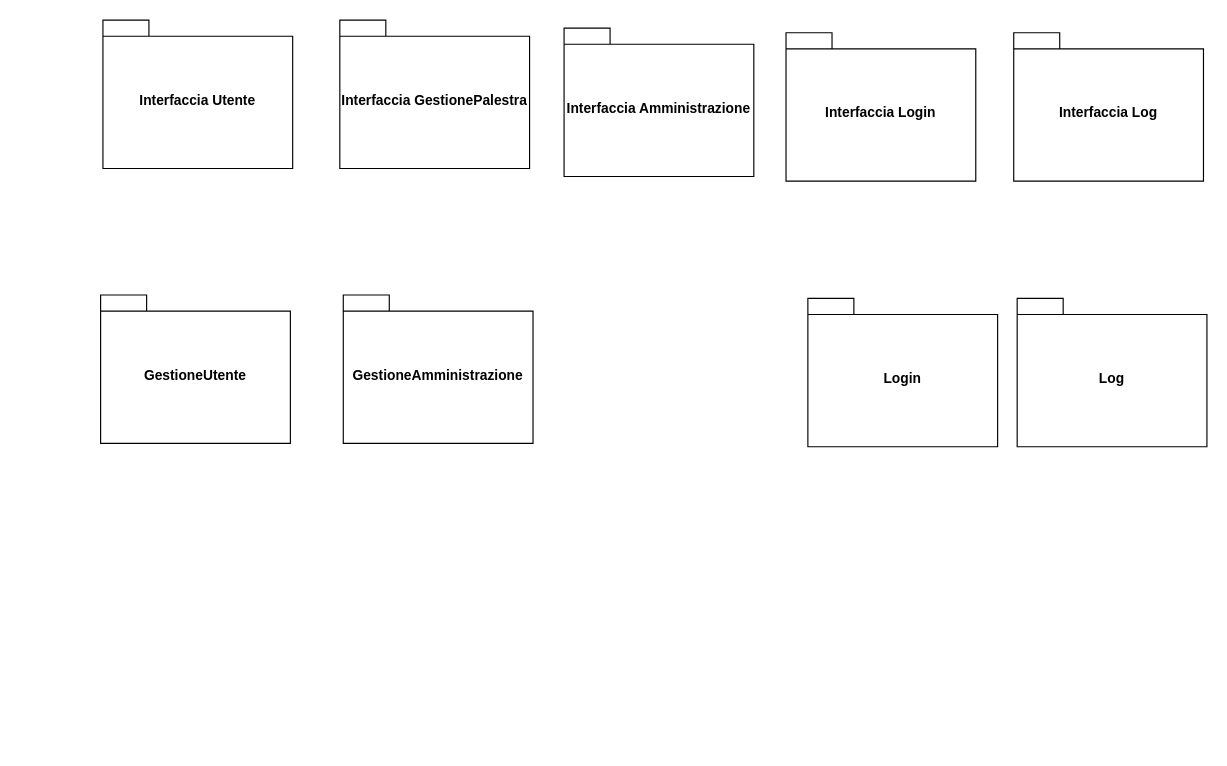
Above: Diagrammi_Package/Utente.drawio in JosephBoom02/Progetto_Ingegneria_del_Software (draw.io), before the change. Source tidied: cells renumbered, new cells numbered last; positions are measured from the earlier drawing's top-left corner, leaving out a move shared by most shapes. Both pictures are drawn from the tidied source at 115%, with x=0, y=0 at pixel (100, 20).
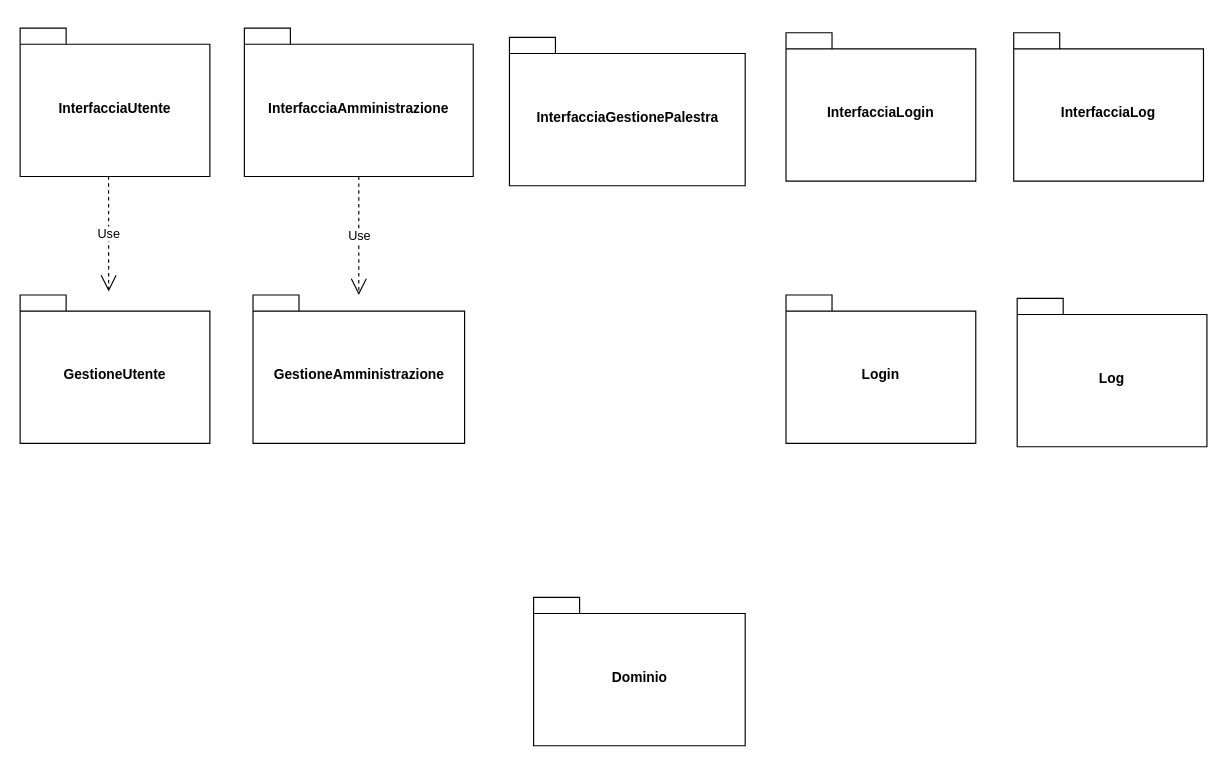
After the change.

The edit, as a diff of the source:
```diff
@@
 <mxGraphModel>
   <root>
     <mxCell id="0" />
     <mxCell id="1" parent="0" />
-    <mxCell id="2" value="Interfaccia Utente" style="shape=folder;fontStyle=1;spacingTop=10;tabWidth=40;tabHeight=14;tabPosition=left;html=1;whiteSpace=wrap;" parent="1" vertex="1">
-      <mxGeometry x="2" width="165" height="129" as="geometry" />
+    <mxCell id="2" value="InterfacciaUtente" style="shape=folder;fontStyle=1;spacingTop=10;tabWidth=40;tabHeight=14;tabPosition=left;html=1;whiteSpace=wrap;" parent="1" vertex="1">
+      <mxGeometry x="-70" y="7" width="165" height="129" as="geometry" />
     </mxCell>
-    <mxCell id="3" value="Interfaccia GestionePalestra" style="shape=folder;fontStyle=1;spacingTop=10;tabWidth=40;tabHeight=14;tabPosition=left;html=1;whiteSpace=wrap;" parent="1" vertex="1">
-      <mxGeometry x="208" width="165" height="129" as="geometry" />
+    <mxCell id="3" value="InterfacciaGestionePalestra" style="shape=folder;fontStyle=1;spacingTop=10;tabWidth=40;tabHeight=14;tabPosition=left;html=1;whiteSpace=wrap;" parent="1" vertex="1">
+      <mxGeometry x="355.5" y="15" width="205" height="129" as="geometry" />
     </mxCell>
-    <mxCell id="4" value="Interfaccia Amministrazione" style="shape=folder;fontStyle=1;spacingTop=10;tabWidth=40;tabHeight=14;tabPosition=left;html=1;whiteSpace=wrap;" parent="1" vertex="1">
-      <mxGeometry x="403" y="7" width="165" height="129" as="geometry" />
+    <mxCell id="4" value="InterfacciaAmministrazione" style="shape=folder;fontStyle=1;spacingTop=10;tabWidth=40;tabHeight=14;tabPosition=left;html=1;whiteSpace=wrap;" parent="1" vertex="1">
+      <mxGeometry x="125" y="7" width="199" height="129" as="geometry" />
     </mxCell>
-    <mxCell id="5" value="Interfaccia Login" style="shape=folder;fontStyle=1;spacingTop=10;tabWidth=40;tabHeight=14;tabPosition=left;html=1;whiteSpace=wrap;" parent="1" vertex="1">
+    <mxCell id="5" value="InterfacciaLogin" style="shape=folder;fontStyle=1;spacingTop=10;tabWidth=40;tabHeight=14;tabPosition=left;html=1;whiteSpace=wrap;" parent="1" vertex="1">
       <mxGeometry x="596" y="11" width="165" height="129" as="geometry" />
     </mxCell>
-    <mxCell id="6" value="Interfaccia Log" style="shape=folder;fontStyle=1;spacingTop=10;tabWidth=40;tabHeight=14;tabPosition=left;html=1;whiteSpace=wrap;" parent="1" vertex="1">
+    <mxCell id="6" value="InterfacciaLog" style="shape=folder;fontStyle=1;spacingTop=10;tabWidth=40;tabHeight=14;tabPosition=left;html=1;whiteSpace=wrap;" parent="1" vertex="1">
       <mxGeometry x="794" y="11" width="165" height="129" as="geometry" />
     </mxCell>
     <mxCell id="7" value="GestioneUtente" style="shape=folder;fontStyle=1;spacingTop=10;tabWidth=40;tabHeight=14;tabPosition=left;html=1;whiteSpace=wrap;" parent="1" vertex="1">
-      <mxGeometry y="239" width="165" height="129" as="geometry" />
+      <mxGeometry x="-70" y="239" width="165" height="129" as="geometry" />
     </mxCell>
     <mxCell id="8" value="GestioneAmministrazione" style="shape=folder;fontStyle=1;spacingTop=10;tabWidth=40;tabHeight=14;tabPosition=left;html=1;whiteSpace=wrap;" parent="1" vertex="1">
-      <mxGeometry x="211" y="239" width="165" height="129" as="geometry" />
+      <mxGeometry x="132.5" y="239" width="184" height="129" as="geometry" />
     </mxCell>
     <mxCell id="9" value="Log" style="shape=folder;fontStyle=1;spacingTop=10;tabWidth=40;tabHeight=14;tabPosition=left;html=1;whiteSpace=wrap;" parent="1" vertex="1">
       <mxGeometry x="797" y="242" width="165" height="129" as="geometry" />
     </mxCell>
     <mxCell id="10" value="Login" style="shape=folder;fontStyle=1;spacingTop=10;tabWidth=40;tabHeight=14;tabPosition=left;html=1;whiteSpace=wrap;" parent="1" vertex="1">
-      <mxGeometry x="615" y="242" width="165" height="129" as="geometry" />
+      <mxGeometry x="596" y="239" width="165" height="129" as="geometry" />
     </mxCell>
+    <mxCell id="11" value="Dominio" style="shape=folder;fontStyle=1;spacingTop=10;tabWidth=40;tabHeight=14;tabPosition=left;html=1;whiteSpace=wrap;" parent="1" vertex="1">
+      <mxGeometry x="376.5" y="502" width="184" height="129" as="geometry" />
+    </mxCell>
+    <mxCell id="12" value="Use" style="endArrow=open;endSize=12;dashed=1;html=1;rounded=0;exitX=0.466;exitY=0.999;exitDx=0;exitDy=0;exitPerimeter=0;" parent="1" edge="1" source="2">
+      <mxGeometry relative="1" as="geometry">
+        <mxPoint x="7" y="236" as="targetPoint" />
+      </mxGeometry>
+    </mxCell>
+    <mxCell id="13" value="Use" style="endArrow=open;endSize=12;dashed=1;html=1;rounded=0;exitX=0.5;exitY=1;exitDx=0;exitDy=0;exitPerimeter=0;" parent="1" edge="1" source="4" target="8">
+      <mxGeometry relative="1" as="geometry" />
+    </mxCell>
   </root>
 </mxGraphModel>
```
